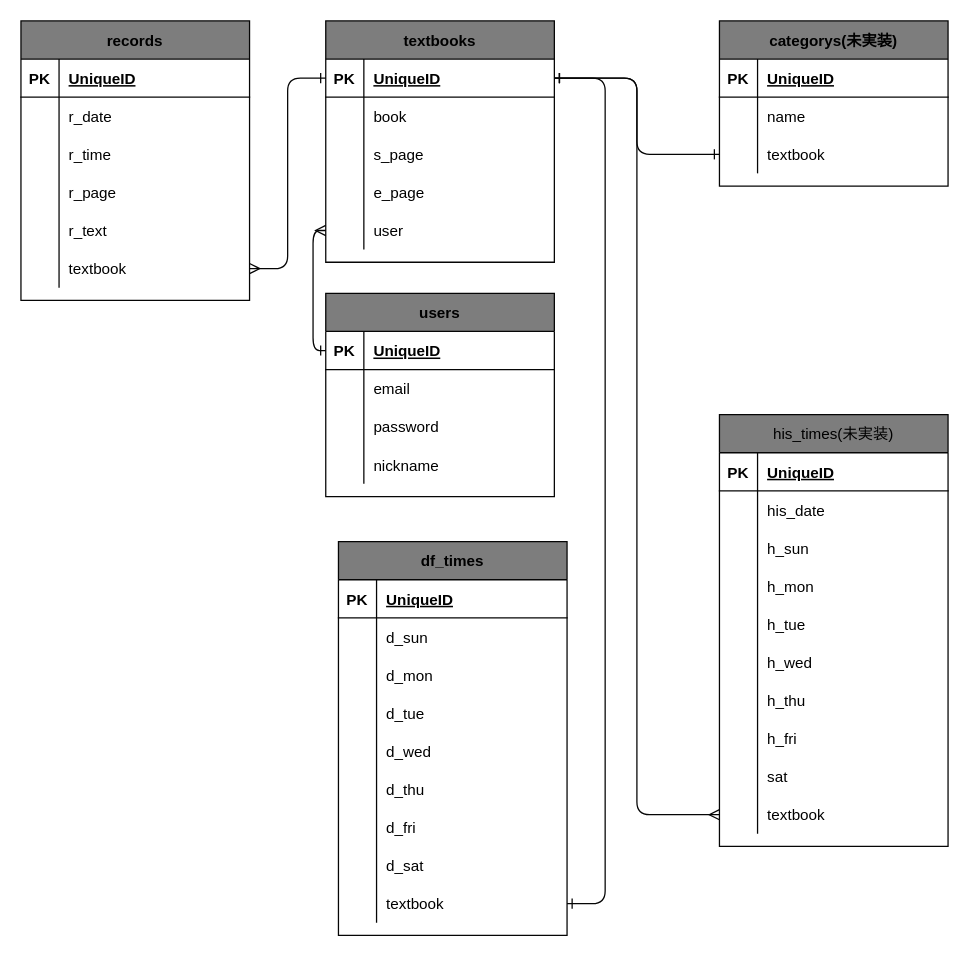
Above: database.dio in MashiKimura/learning (draw.io), before the change. Source tidied: cells renumbered, new cells numbered last; positions are measured from the earlier drawing's top-left corner, leaving out a move shared by most shapes. Both pictures are drawn from the tidied source at 127%, with x=0, y=0 at pixel (20, 20).
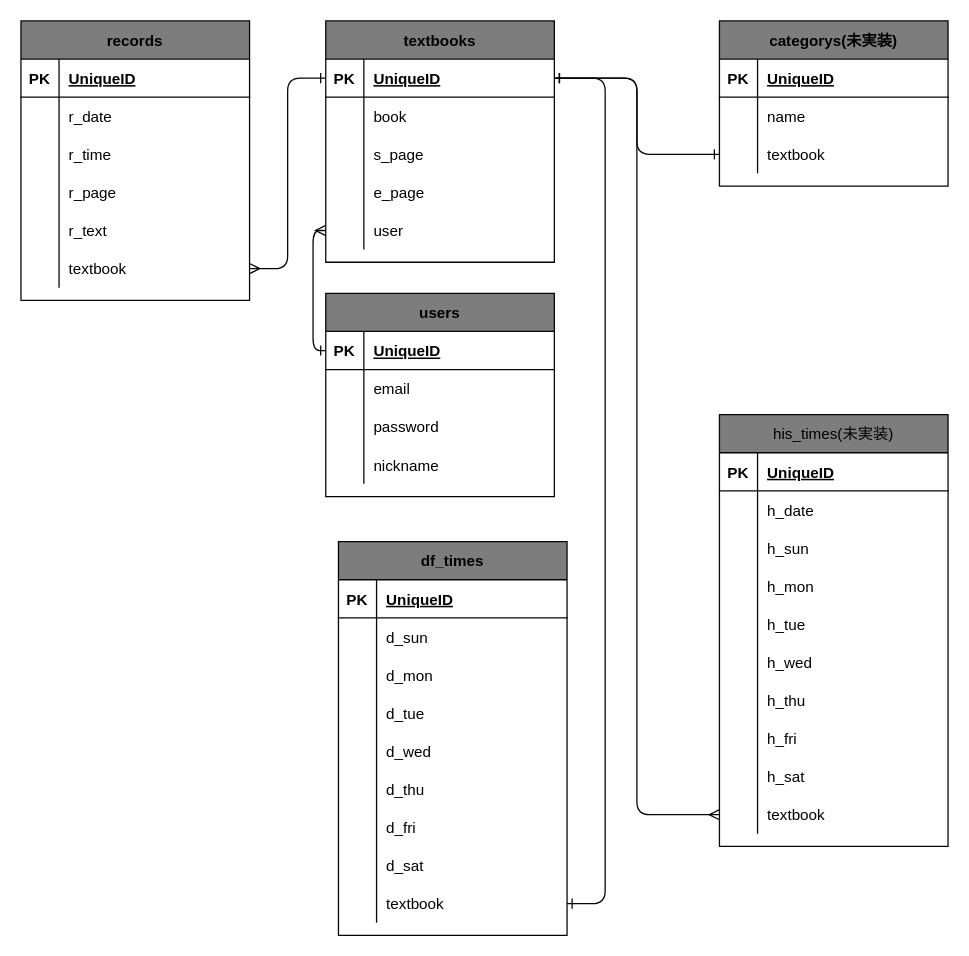
The same diagram, later.

The change refers to these unchanged cells:
```xml
<mxCell id="66" style="shape=partialRectangle;fillColor=none;top=0;left=0;bottom=0;right=0;fontColor=#000000;strokeColor=#050505;" parent="62" vertex="1">
  <mxGeometry y="60" width="180" height="30" as="geometry" />
</mxCell>
<mxCell id="87" style="shape=partialRectangle;fillColor=none;top=0;left=0;bottom=0;right=0;fontColor=#000000;strokeColor=#050505;" parent="62" vertex="1">
  <mxGeometry y="270" width="180" height="30" as="geometry" />
</mxCell>
```

Change to the diagram source:
```diff
@@
-    <mxCell id="68" value="his_date" style="shape=partialRectangle;fillColor=none;top=0;left=0;bottom=0;right=0;align=left;spacingLeft=6;overflow=hidden;fontColor=#000000;strokeColor=#050505;" parent="66" vertex="1">
+    <mxCell id="68" value="h_date" style="shape=partialRectangle;fillColor=none;top=0;left=0;bottom=0;right=0;align=left;spacingLeft=6;overflow=hidden;fontColor=#000000;strokeColor=#050505;" parent="66" vertex="1">
       <mxGeometry x="30" width="150" height="30" as="geometry" />
     </mxCell>
@@
-    <mxCell id="89" value="sat" style="shape=partialRectangle;fillColor=none;top=0;left=0;bottom=0;right=0;align=left;spacingLeft=6;overflow=hidden;fontColor=#000000;strokeColor=#050505;" parent="87" vertex="1">
+    <mxCell id="89" value="h_sat" style="shape=partialRectangle;fillColor=none;top=0;left=0;bottom=0;right=0;align=left;spacingLeft=6;overflow=hidden;fontColor=#000000;strokeColor=#050505;" parent="87" vertex="1">
       <mxGeometry x="30" width="150" height="30" as="geometry" />
     </mxCell>
```
